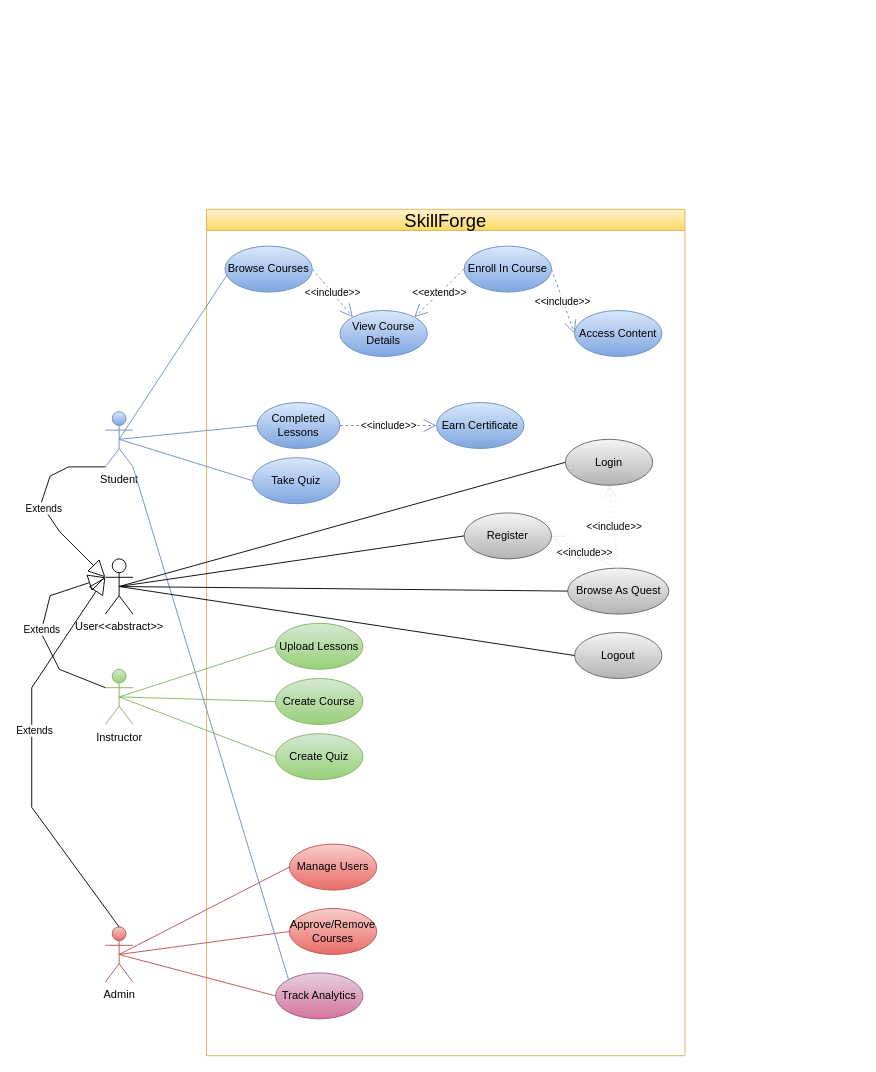
The draw.io diagram UMLdesign/usecase_Diagram.drawio in ProgrammingII-projects/skill_forge, before the edit. Source tidied: cells renumbered, new cells numbered last; positions are measured from the earlier drawing's top-left corner, leaving out a move shared by most shapes. Both pictures are drawn from the tidied source at 92%, with x=0, y=0 at pixel (31, 209).
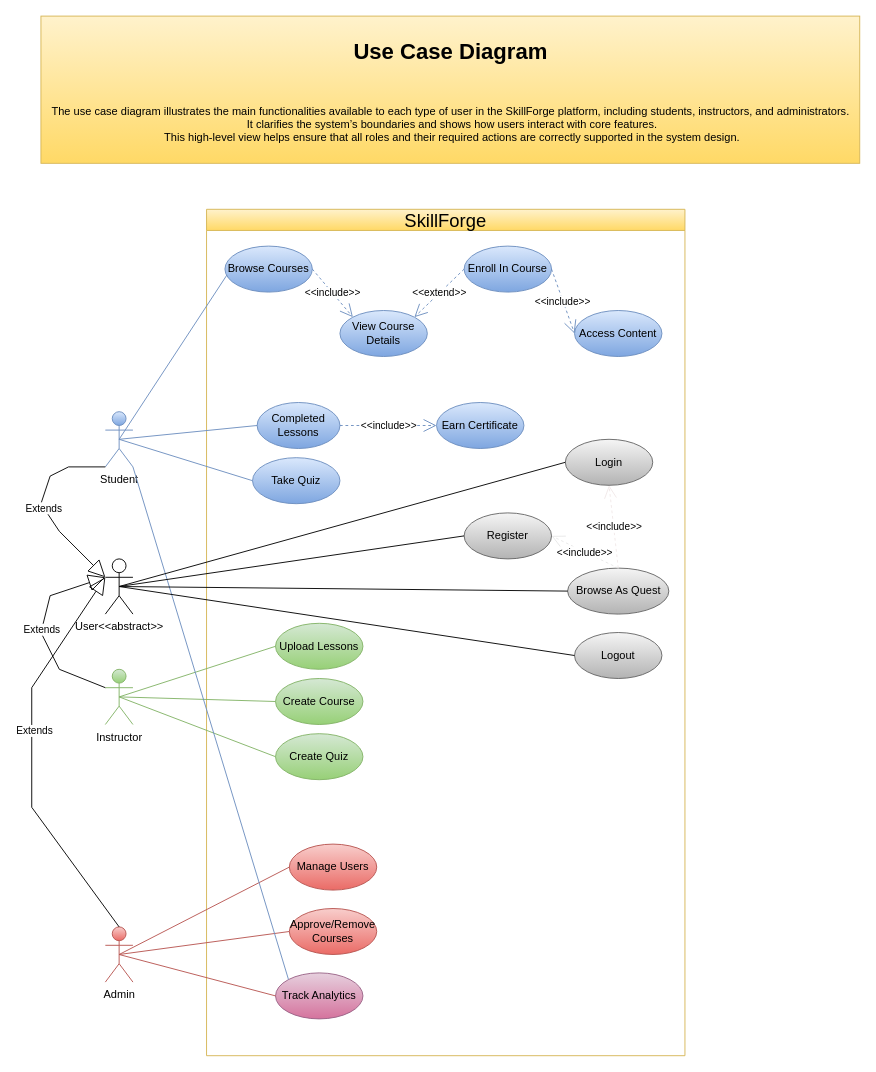
The same diagram, later.

Diff of the diagram source:
```diff
@@
+    <mxCell id="47" value="&lt;h1&gt; &lt;strong&gt;Use Case Diagram&lt;/strong&gt;&lt;/h1&gt;&lt;br&gt;&lt;p&gt;The use case diagram illustrates the main functionalities available to each type of user in the SkillForge platform, including students, instructors, and administrators.&lt;br&gt;&amp;nbsp;It clarifies the system’s boundaries and shows how users interact with core features.&lt;br&gt;&amp;nbsp;This high-level view helps ensure that all roles and their required actions are correctly supported in the system design.&lt;/p&gt;" style="text;html=1;align=center;verticalAlign=middle;strokeColor=#d6b656;fillColor=#fff2cc;gradientColor=#ffd966;" parent="1" vertex="1">
+      <mxGeometry x="10" y="-210" width="890" height="160" as="geometry" />
+    </mxCell>
```
